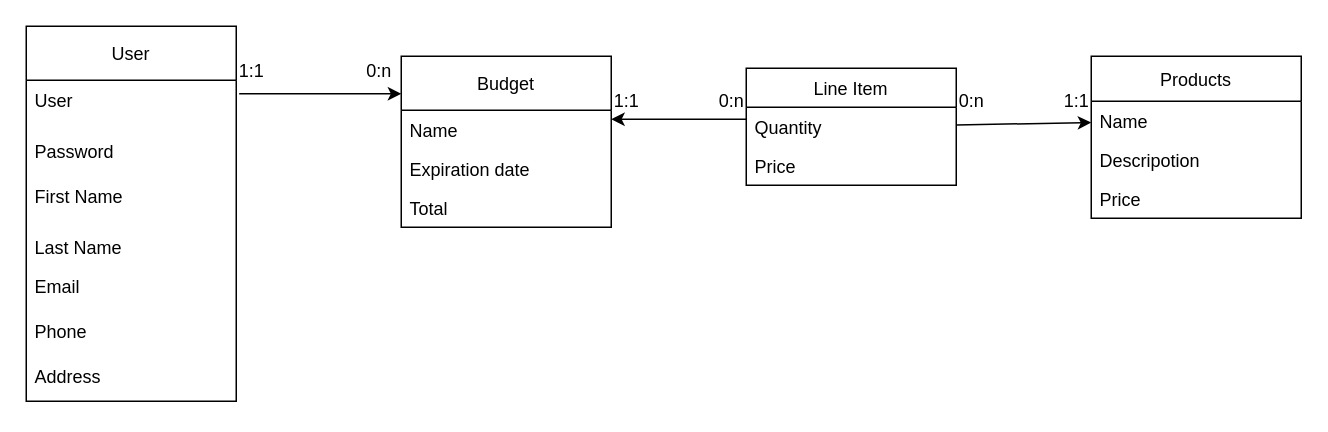
Before: Diagrama sin título.drawio in matiaschiodo/docker-rails, a draw.io diagram. Source tidied: cells renumbered, new cells numbered last; positions are measured from the earlier drawing's top-left corner, leaving out a move shared by most shapes. Both pictures are drawn from the tidied source at 150%, with x=0, y=0 at pixel (26, 26).
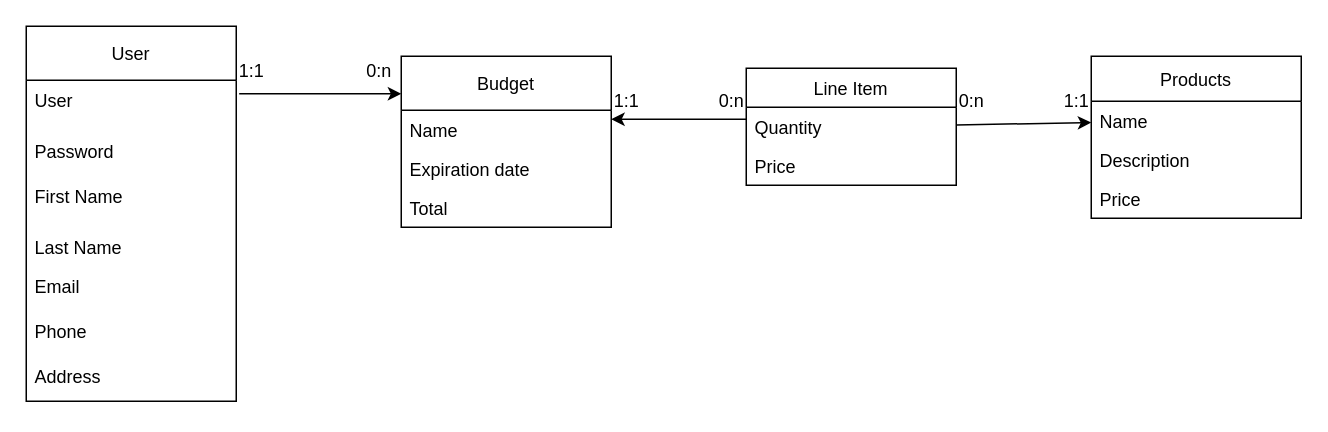
The same page after the edit.

The change refers to these unchanged cells:
```xml
<mxCell id="15" value="Products" style="swimlane;fontStyle=0;horizontal=1;startSize=30;fillColor=none;" parent="1" vertex="1">
  <mxGeometry x="710" y="20" width="140" height="108" as="geometry" />
</mxCell>
```

The edit, as a diff of the source:
```diff
@@
-    <mxCell id="17" value="Descripotion" style="text;strokeColor=none;fillColor=none;align=left;verticalAlign=top;spacingLeft=4;spacingRight=4;overflow=hidden;" parent="15" vertex="1">
+    <mxCell id="17" value="Description" style="text;strokeColor=none;fillColor=none;align=left;verticalAlign=top;spacingLeft=4;spacingRight=4;overflow=hidden;" parent="15" vertex="1">
       <mxGeometry y="56" width="140" height="26" as="geometry" />
     </mxCell>
```
